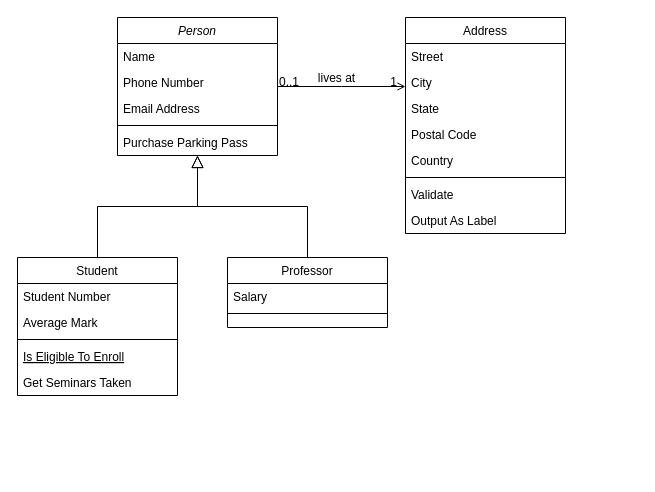
The draw.io diagram Untitled Diagram.drawio in duythvo/SwingJava, before the edit. Source tidied: cells renumbered, new cells numbered last; positions are measured from the earlier drawing's top-left corner, leaving out a move shared by most shapes. Both pictures are drawn from the tidied source at 100%, with x=0, y=0 at pixel (17, 17).
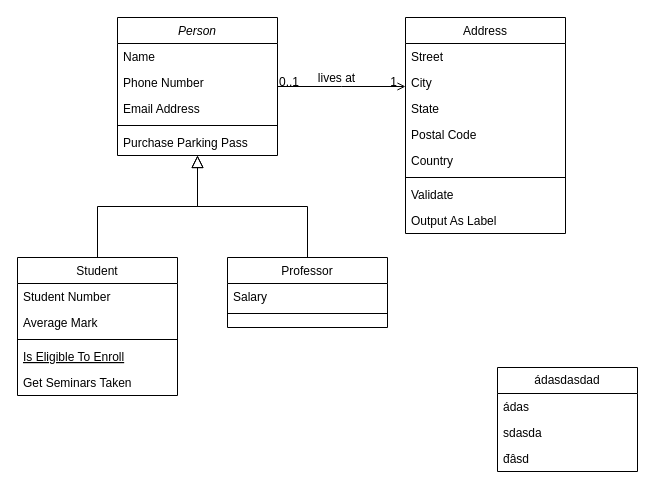
After the change.

Commit message:
Cập nhật Untitled Diagram.drawio

The edit, as a diff of the source:
```diff
@@
+    <mxCell id="32" value="ádasdasdad" style="swimlane;fontStyle=0;horizontal=1;startSize=26;fillColor=none;whiteSpace=wrap;html=1;" parent="1" vertex="1">
+      <mxGeometry x="480" y="350" width="140" height="104" as="geometry" />
+    </mxCell>
+    <mxCell id="33" value="ádas" style="text;strokeColor=none;fillColor=none;align=left;verticalAlign=top;spacingLeft=4;spacingRight=4;overflow=hidden;whiteSpace=wrap;html=1;" parent="32" vertex="1">
+      <mxGeometry y="26" width="140" height="26" as="geometry" />
+    </mxCell>
+    <mxCell id="34" value="sdasda" style="text;strokeColor=none;fillColor=none;align=left;verticalAlign=top;spacingLeft=4;spacingRight=4;overflow=hidden;whiteSpace=wrap;html=1;" parent="32" vertex="1">
+      <mxGeometry y="52" width="140" height="26" as="geometry" />
+    </mxCell>
+    <mxCell id="35" value="đâsd" style="text;strokeColor=none;fillColor=none;align=left;verticalAlign=top;spacingLeft=4;spacingRight=4;overflow=hidden;whiteSpace=wrap;html=1;" parent="32" vertex="1">
+      <mxGeometry y="78" width="140" height="26" as="geometry" />
+    </mxCell>
```
